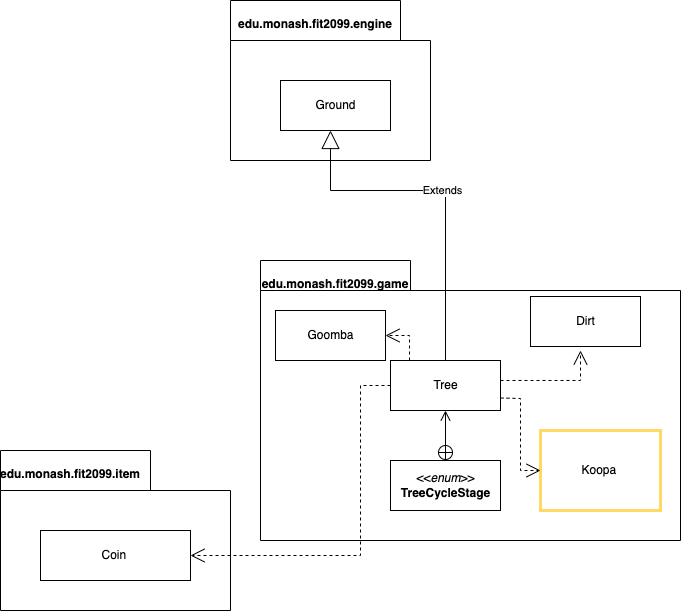
This is design-docs/REQ1_classdiagram.png from syedzubinhafiz/supermario, a draw.io export, as it was before one commit. Source tidied: cells renumbered, new cells last; positions are measured from the earlier drawing's top-left corner, leaving out a move shared by most shapes.
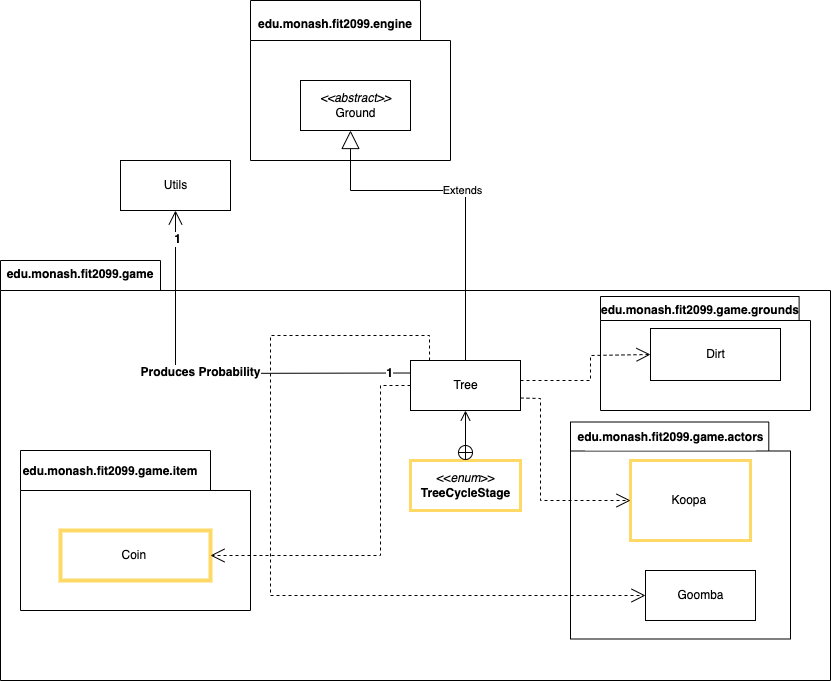
Above is the later version.

Commit message:
umls for req1 and 2 done

What changed in the source:
```diff
@@ -2,28 +2,16 @@
   <root>
     <mxCell id="0" />
     <mxCell id="1" parent="0" />
-    <mxCell id="2" style="shape=folder;fontStyle=1;spacingTop=10;tabWidth=150;tabHeight=30;tabPosition=left;html=1;" parent="1" vertex="1">
-      <mxGeometry x="260" y="260" width="420" height="280" as="geometry" />
+    <mxCell id="2" style="shape=folder;fontStyle=1;spacingTop=10;tabWidth=160;tabHeight=30;tabPosition=left;html=1;" parent="1" vertex="1">
+      <mxGeometry x="-20" y="260" width="830" height="420" as="geometry" />
     </mxCell>
     <mxCell id="3" value="Tree" style="html=1;" parent="1" vertex="1">
       <mxGeometry x="390" y="360" width="110" height="50" as="geometry" />
     </mxCell>
     <mxCell id="4" value="edu.monash.fit2099.game" style="text;align=center;fontStyle=1;verticalAlign=middle;spacingLeft=3;spacingRight=3;strokeColor=none;" parent="1" vertex="1">
-      <mxGeometry x="295" y="270" width="80" height="26" as="geometry" />
+      <mxGeometry x="20" y="260" width="80" height="26" as="geometry" />
     </mxCell>
-    <mxCell id="5" style="endArrow=open;endSize=12;dashed=1;html=1;rounded=0;" parent="1" edge="1">
-      <mxGeometry relative="1" as="geometry">
-        <mxPoint x="500" y="380" as="sourcePoint" />
-        <mxPoint x="580" y="350" as="targetPoint" />
-        <Array as="points">
-          <mxPoint x="580" y="380" />
-        </Array>
-      </mxGeometry>
-    </mxCell>
-    <mxCell id="6" value="Dirt" style="html=1;" parent="1" vertex="1">
-      <mxGeometry x="530" y="296" width="110" height="50" as="geometry" />
-    </mxCell>
-    <mxCell id="7" value="&amp;lt;&amp;lt;&lt;i&gt;enum&lt;/i&gt;&amp;gt;&amp;gt;&lt;br&gt;&lt;b&gt;TreeCycleStage&lt;/b&gt;" style="html=1;" parent="1" vertex="1">
+    <mxCell id="7" value="&amp;lt;&amp;lt;&lt;i&gt;enum&lt;/i&gt;&amp;gt;&amp;gt;&lt;br&gt;&lt;b&gt;TreeCycleStage&lt;/b&gt;" style="html=1;strokeWidth=3;strokeColor=#FFD966;" parent="1" vertex="1">
       <mxGeometry x="390" y="460" width="110" height="50" as="geometry" />
     </mxCell>
     <mxCell id="8" style="endArrow=open;startArrow=circlePlus;endFill=0;startFill=0;endSize=8;html=1;rounded=0;" parent="1" edge="1" source="7">
@@ -31,21 +19,10 @@
         <mxPoint x="445" y="410" as="targetPoint" />
       </mxGeometry>
     </mxCell>
-    <mxCell id="9" value="Koopa&amp;nbsp;" style="html=1;shadow=0;strokeColor=#FFD966;strokeWidth=3;" parent="1" vertex="1">
-      <mxGeometry x="540" y="430" width="120" height="80" as="geometry" />
-    </mxCell>
-    <mxCell id="10" style="endArrow=open;endSize=12;dashed=1;html=1;rounded=0;exitX=1;exitY=0.75;exitDx=0;exitDy=0;entryX=0;entryY=0.5;entryDx=0;entryDy=0;" parent="1" edge="1" source="3" target="9">
-      <mxGeometry relative="1" as="geometry">
-        <Array as="points">
-          <mxPoint x="520" y="398" />
-          <mxPoint x="520" y="470" />
-        </Array>
-      </mxGeometry>
-    </mxCell>
-    <mxCell id="11" style="shape=folder;fontStyle=1;spacingTop=10;tabWidth=150;tabHeight=40;tabPosition=left;html=1;shadow=0;strokeColor=#000000;strokeWidth=1;fillColor=#FFFFFF;" parent="1" vertex="1">
+    <mxCell id="11" style="shape=folder;fontStyle=1;spacingTop=10;tabWidth=190;tabHeight=40;tabPosition=left;html=1;shadow=0;strokeColor=#000000;strokeWidth=1;fillColor=#FFFFFF;" parent="1" vertex="1">
       <mxGeometry y="450" width="230" height="160" as="geometry" />
     </mxCell>
-    <mxCell id="12" value="Coin&amp;nbsp;" style="html=1;" parent="1" vertex="1">
+    <mxCell id="12" value="Coin&amp;nbsp;" style="html=1;strokeWidth=4;strokeColor=#FFD966;" parent="1" vertex="1">
       <mxGeometry x="40" y="530" width="150" height="50" as="geometry" />
     </mxCell>
     <mxCell id="13" style="endArrow=open;endSize=12;dashed=1;html=1;rounded=0;exitX=0;exitY=0.5;exitDx=0;exitDy=0;entryX=1;entryY=0.5;entryDx=0;entryDy=0;" parent="1" edge="1" source="3" target="12">
@@ -59,26 +36,16 @@
     <mxCell id="14" value="&lt;br&gt;" style="edgeLabel;html=1;align=center;verticalAlign=middle;" parent="13" vertex="1">
       <mxGeometry x="-0.27" y="2" relative="1" as="geometry" />
     </mxCell>
-    <mxCell id="15" value="edu.monash.fit2099.item" style="text;align=center;fontStyle=1;verticalAlign=middle;spacingLeft=3;spacingRight=3;strokeColor=none;shadow=0;fillColor=#FFFFFF;" parent="1" vertex="1">
-      <mxGeometry x="30" y="460" width="80" height="26" as="geometry" />
+    <mxCell id="15" value="edu.monash.fit2099.game.item" style="text;align=center;fontStyle=1;verticalAlign=middle;spacingLeft=3;spacingRight=3;strokeColor=none;shadow=0;fillColor=#FFFFFF;" parent="1" vertex="1">
+      <mxGeometry x="50" y="457" width="80" height="26" as="geometry" />
     </mxCell>
-    <mxCell id="16" value="Goomba" style="html=1;shadow=0;strokeColor=#000000;strokeWidth=1;fillColor=#FFFFFF;" parent="1" vertex="1">
-      <mxGeometry x="275" y="310" width="110" height="50" as="geometry" />
-    </mxCell>
-    <mxCell id="17" style="endArrow=open;endSize=12;dashed=1;html=1;rounded=0;entryX=1;entryY=0.5;entryDx=0;entryDy=0;exitX=0.173;exitY=0;exitDx=0;exitDy=0;exitPerimeter=0;" parent="1" edge="1" source="3" target="16">
-      <mxGeometry relative="1" as="geometry">
-        <Array as="points">
-          <mxPoint x="409" y="335" />
-        </Array>
-      </mxGeometry>
-    </mxCell>
     <mxCell id="18" style="shape=folder;fontStyle=1;spacingTop=10;tabWidth=170;tabHeight=40;tabPosition=left;html=1;shadow=0;strokeColor=#000000;strokeWidth=1;fillColor=#FFFFFF;" parent="1" vertex="1">
       <mxGeometry x="230" width="200" height="160" as="geometry" />
     </mxCell>
     <mxCell id="19" value="edu.monash.fit2099.engine" style="text;align=center;fontStyle=1;verticalAlign=middle;spacingLeft=3;spacingRight=3;strokeColor=none;shadow=0;fillColor=#FFFFFF;" parent="1" vertex="1">
       <mxGeometry x="275" y="10" width="80" height="26" as="geometry" />
     </mxCell>
-    <mxCell id="20" value="Ground" style="html=1;" parent="1" vertex="1">
+    <mxCell id="20" value="&lt;i&gt;&amp;lt;&amp;lt;abstract&amp;gt;&amp;gt;&lt;br&gt;&lt;/i&gt;Ground" style="html=1;" parent="1" vertex="1">
       <mxGeometry x="280" y="80" width="110" height="50" as="geometry" />
     </mxCell>
     <mxCell id="21" value="Extends" style="endArrow=block;endSize=16;endFill=0;html=1;rounded=0;exitX=0.5;exitY=0;exitDx=0;exitDy=0;" parent="1" edge="1" source="3">
@@ -90,5 +57,73 @@
         </Array>
       </mxGeometry>
     </mxCell>
+    <mxCell id="22" value="Utils" style="html=1;" parent="1" vertex="1">
+      <mxGeometry x="100" y="160" width="110" height="50" as="geometry" />
+    </mxCell>
+    <mxCell id="23" style="endArrow=open;endFill=1;endSize=12;html=1;rounded=0;exitX=0;exitY=0.25;exitDx=0;exitDy=0;entryX=0.5;entryY=1;entryDx=0;entryDy=0;" parent="1" edge="1" source="3" target="22">
+      <mxGeometry relative="1" as="geometry">
+        <Array as="points">
+          <mxPoint x="155" y="373" />
+        </Array>
+      </mxGeometry>
+    </mxCell>
+    <mxCell id="24" value="&lt;b&gt;1&lt;/b&gt;" style="edgeLabel;html=1;align=center;verticalAlign=middle;fontSize=12;fontFamily=Helvetica;fontColor=default;" parent="23" vertex="1">
+      <mxGeometry x="-0.89" relative="1" as="geometry" />
+    </mxCell>
+    <mxCell id="25" value="&lt;b&gt;Produces Probability&lt;/b&gt;" style="edgeLabel;html=1;align=center;verticalAlign=middle;fontSize=12;fontFamily=Helvetica;fontColor=default;" parent="23" vertex="1">
+      <mxGeometry x="-0.1" y="-1" relative="1" as="geometry">
+        <mxPoint x="-31" as="offset" />
+      </mxGeometry>
+    </mxCell>
+    <mxCell id="26" value="&lt;b&gt;1&lt;/b&gt;" style="edgeLabel;html=1;align=center;verticalAlign=middle;fontSize=12;fontFamily=Helvetica;fontColor=default;" parent="23" vertex="1">
+      <mxGeometry x="0.86" y="-1" relative="1" as="geometry" />
+    </mxCell>
+    <mxCell id="27" value="package" style="shape=folder;fontStyle=1;spacingTop=10;tabWidth=200;tabHeight=24;tabPosition=left;html=1;strokeColor=#000000;strokeWidth=1;" parent="1" vertex="1">
+      <mxGeometry x="580" y="296" width="210" height="114" as="geometry" />
+    </mxCell>
+    <mxCell id="6" value="Dirt" style="html=1;" parent="1" vertex="1">
+      <mxGeometry x="630" y="328" width="130" height="52" as="geometry" />
+    </mxCell>
+    <mxCell id="5" style="endArrow=open;endSize=12;dashed=1;html=1;rounded=0;entryX=0;entryY=0.5;entryDx=0;entryDy=0;" parent="1" edge="1" target="6">
+      <mxGeometry relative="1" as="geometry">
+        <mxPoint x="500" y="380" as="sourcePoint" />
+        <Array as="points">
+          <mxPoint x="570" y="380" />
+          <mxPoint x="570" y="355" />
+        </Array>
+      </mxGeometry>
+    </mxCell>
+    <mxCell id="28" value="edu.monash.fit2099.game.grounds" style="text;align=center;fontStyle=1;verticalAlign=middle;spacingLeft=3;spacingRight=3;strokeColor=none;" parent="1" vertex="1">
+      <mxGeometry x="640" y="296" width="80" height="26" as="geometry" />
+    </mxCell>
+    <mxCell id="29" value="package" style="shape=folder;fontStyle=1;spacingTop=10;tabWidth=210;tabHeight=29;tabPosition=left;html=1;strokeColor=#000000;strokeWidth=1;" parent="1" vertex="1">
+      <mxGeometry x="550" y="421.5" width="220" height="217" as="geometry" />
+    </mxCell>
+    <mxCell id="17" style="endArrow=open;endSize=12;dashed=1;html=1;rounded=0;entryX=0;entryY=0.5;entryDx=0;entryDy=0;exitX=0.173;exitY=0;exitDx=0;exitDy=0;exitPerimeter=0;" parent="1" edge="1" source="3" target="16">
+      <mxGeometry relative="1" as="geometry">
+        <Array as="points">
+          <mxPoint x="409" y="335" />
+          <mxPoint x="250" y="335" />
+          <mxPoint x="250" y="595" />
+        </Array>
+      </mxGeometry>
+    </mxCell>
+    <mxCell id="16" value="Goomba" style="html=1;shadow=0;strokeColor=#000000;strokeWidth=1;fillColor=#FFFFFF;" parent="1" vertex="1">
+      <mxGeometry x="625" y="570" width="110" height="50" as="geometry" />
+    </mxCell>
+    <mxCell id="9" value="Koopa&amp;nbsp;" style="html=1;shadow=0;strokeColor=#FFD966;strokeWidth=3;" parent="1" vertex="1">
+      <mxGeometry x="610" y="460" width="120" height="80" as="geometry" />
+    </mxCell>
+    <mxCell id="10" style="endArrow=open;endSize=12;dashed=1;html=1;rounded=0;exitX=1;exitY=0.75;exitDx=0;exitDy=0;entryX=0;entryY=0.5;entryDx=0;entryDy=0;" parent="1" edge="1" source="3" target="9">
+      <mxGeometry relative="1" as="geometry">
+        <Array as="points">
+          <mxPoint x="520" y="398" />
+          <mxPoint x="520" y="500" />
+        </Array>
+      </mxGeometry>
+    </mxCell>
+    <mxCell id="30" value="edu.monash.fit2099.game.actors" style="text;align=center;fontStyle=1;verticalAlign=middle;spacingLeft=3;spacingRight=3;strokeColor=none;shadow=0;fontFamily=Helvetica;fontSize=12;fontColor=default;fillColor=default;html=1;" parent="1" vertex="1">
+      <mxGeometry x="565" y="424" width="170" height="26" as="geometry" />
+    </mxCell>
   </root>
 </mxGraphModel>
```
